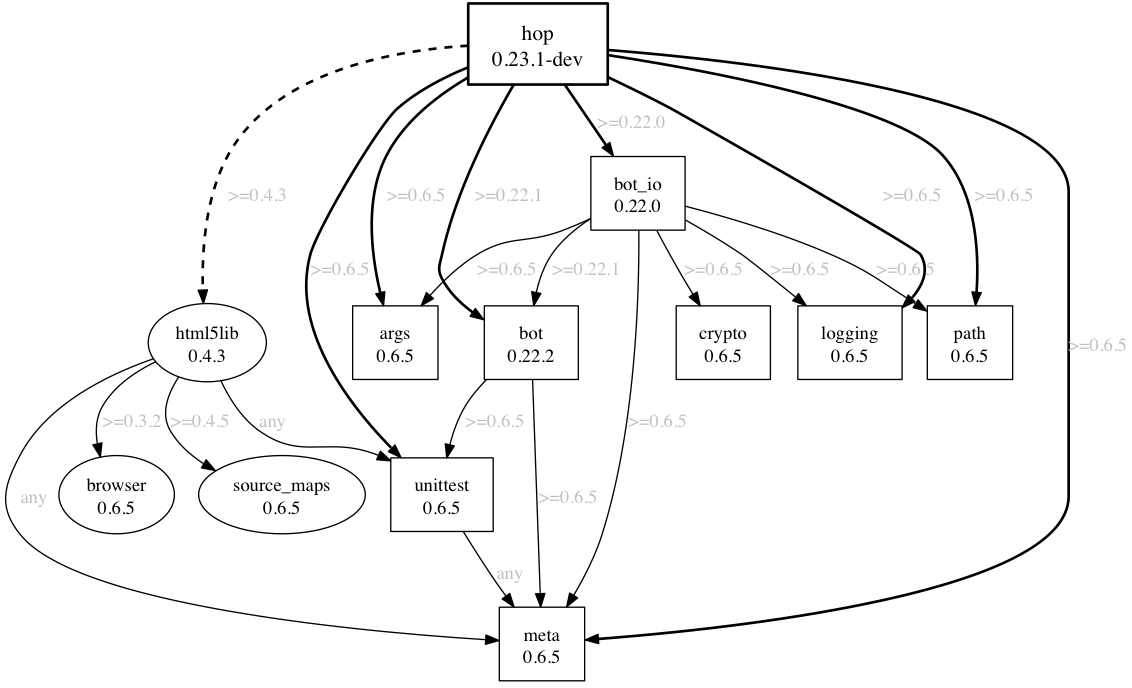
Above: docs/sample.png in kevmoo/pubviz (Graphviz), before the change. Its source is kept beside it as docs/sample.dot.
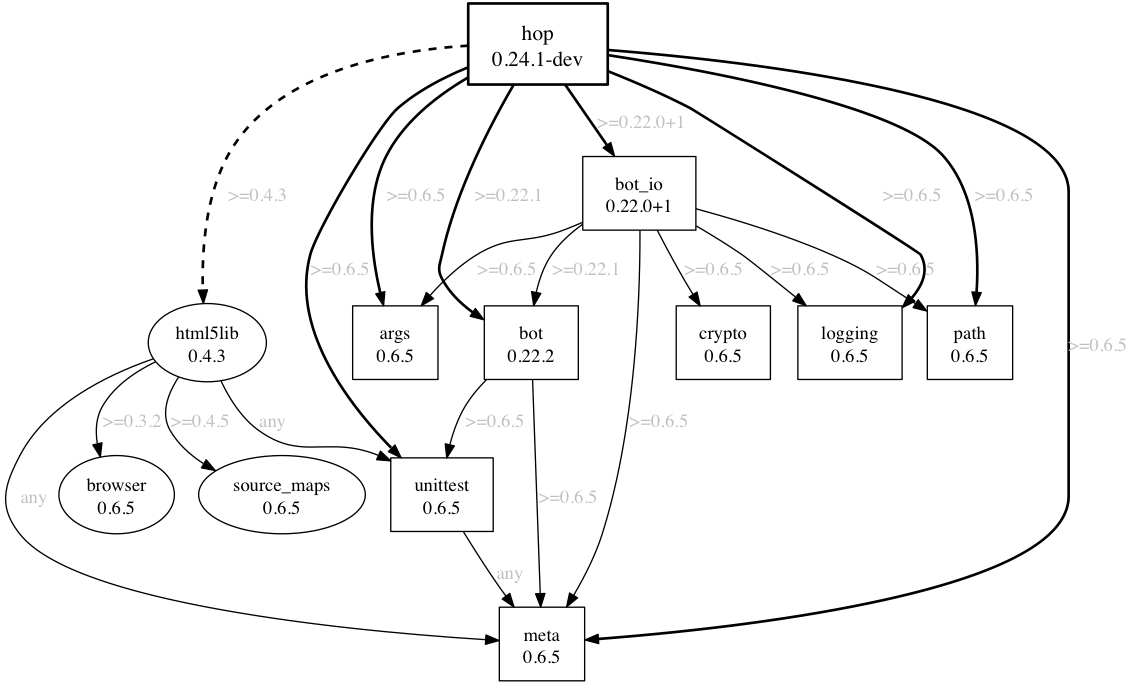
The same file after the commit.

What changed in the source:
```diff
@@ -9,7 +9,7 @@
   bot -> unittest [label=">=0.6.5",fontcolor=gray];
 
   bot_io [label="bot_io
-0.22.0",shape=box,margin="0.25,0.15",group=primary];
+0.22.0+1",shape=box,margin="0.25,0.15",group=primary];
   bot_io -> args [label=">=0.6.5",fontcolor=gray];
   bot_io -> bot [label=">=0.22.1",fontcolor=gray];
   bot_io -> crypto [label=">=0.6.5",fontcolor=gray];
@@ -24,10 +24,10 @@
 0.6.5",shape=box,margin="0.25,0.15"];
 
   hop [label="hop
-0.23.1-dev",fontsize=16,style=bold,shape=box,margin="0.25,0.15",group=primary];
+0.24.1-dev",fontsize=16,style=bold,shape=box,margin="0.25,0.15",group=primary];
   hop -> args [label=">=0.6.5",fontcolor=gray,penwidth=2];
   hop -> bot [label=">=0.22.1",fontcolor=gray,penwidth=2];
-  hop -> bot_io [label=">=0.22.0",fontcolor=gray,penwidth=2];
+  hop -> bot_io [label=">=0.22.0+1",fontcolor=gray,penwidth=2];
   hop -> logging [label=">=0.6.5",fontcolor=gray,penwidth=2];
   hop -> meta [label=">=0.6.5",fontcolor=gray,penwidth=2];
   hop -> path [label=">=0.6.5",fontcolor=gray,penwidth=2];
```
